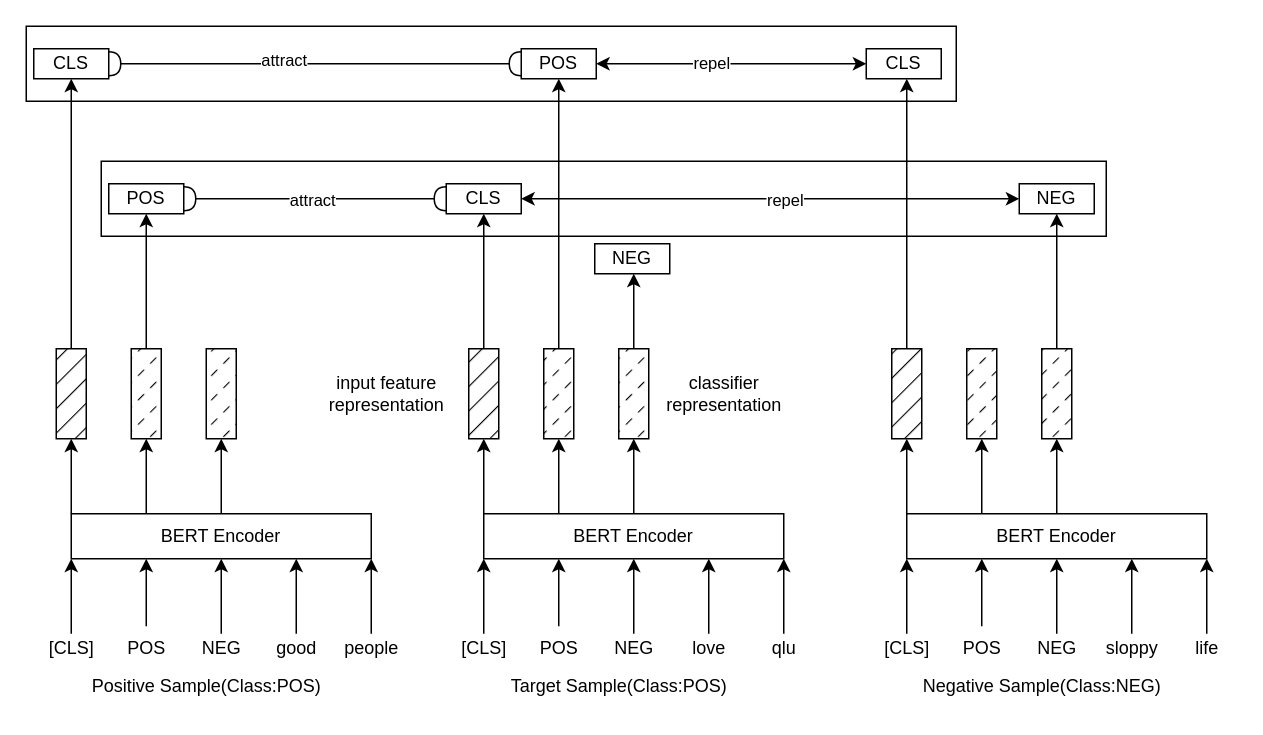
This is dual1.drawio from dxm0620/first, a draw.io file, before an edit. Source tidied: cells renumbered, new cells numbered last; positions are measured from the earlier drawing's top-left corner, leaving out a move shared by most shapes. Both pictures are drawn from the tidied source at 150%, with x=0, y=0 at pixel (26, 26).
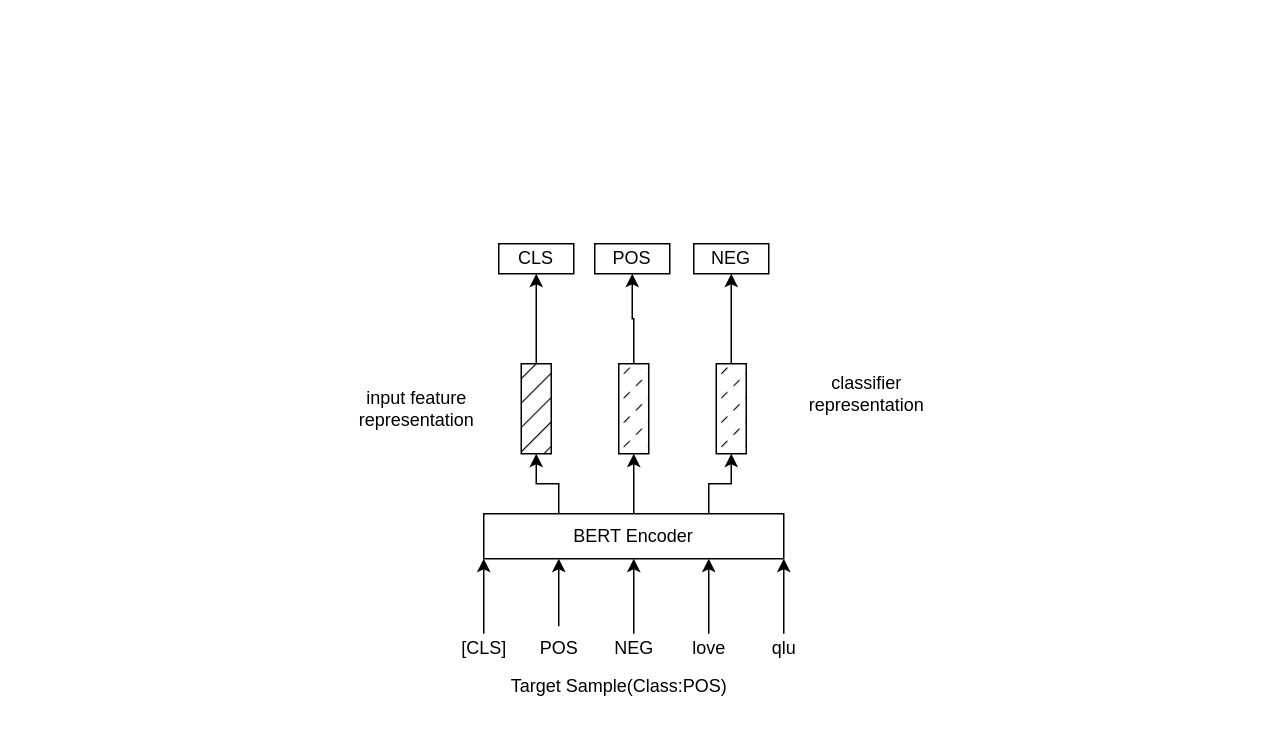
The same diagram, later.

The change refers to these unchanged cells:
```xml
<mxCell id="31" value="BERT Encoder" style="rounded=0;whiteSpace=wrap;html=1;" parent="1" vertex="1">
  <mxGeometry x="305" y="325" width="200" height="30" as="geometry" />
</mxCell>
```

What changed in the source:
```diff
@@
-    <mxCell id="2" style="rounded=0;whiteSpace=wrap;html=1;fillStyle=auto;strokeColor=#000000;fillColor=#FFFFFF;" parent="1" vertex="1">
-      <mxGeometry width="620" height="50" as="geometry" />
-    </mxCell>
-    <mxCell id="3" style="edgeStyle=orthogonalEdgeStyle;rounded=0;jettySize=auto;html=1;exitX=0;exitY=1;exitDx=0;exitDy=0;startArrow=classic;startFill=1;endArrow=none;endFill=0;" parent="1" edge="1" source="11">
-      <mxGeometry relative="1" as="geometry">
-        <mxPoint x="30" y="405" as="targetPoint" />
-      </mxGeometry>
-    </mxCell>
-    <mxCell id="4" style="rounded=0;whiteSpace=wrap;html=1;fillStyle=auto;strokeColor=#000000;fillColor=#FFFFFF;" parent="1" vertex="1">
-      <mxGeometry x="50" y="90" width="670" height="50" as="geometry" />
-    </mxCell>
-    <mxCell id="5" style="edgeStyle=orthogonalEdgeStyle;rounded=0;jettySize=auto;html=1;exitX=0.5;exitY=1;exitDx=0;exitDy=0;startArrow=classic;startFill=1;endArrow=none;endFill=0;" parent="1" edge="1" source="11">
-      <mxGeometry relative="1" as="geometry">
-        <mxPoint x="130" y="405" as="targetPoint" />
-      </mxGeometry>
-    </mxCell>
-    <mxCell id="6" style="edgeStyle=orthogonalEdgeStyle;rounded=0;jettySize=auto;html=1;exitX=0.75;exitY=1;exitDx=0;exitDy=0;startArrow=classic;startFill=1;endArrow=none;endFill=0;" parent="1" edge="1" source="11">
-      <mxGeometry relative="1" as="geometry">
-        <mxPoint x="180" y="405" as="targetPoint" />
-      </mxGeometry>
-    </mxCell>
-    <mxCell id="7" style="edgeStyle=orthogonalEdgeStyle;rounded=0;jettySize=auto;html=1;exitX=1;exitY=1;exitDx=0;exitDy=0;startArrow=classic;startFill=1;endArrow=none;endFill=0;" parent="1" edge="1" source="11">
-      <mxGeometry relative="1" as="geometry">
-        <mxPoint x="230" y="405" as="targetPoint" />
-      </mxGeometry>
-    </mxCell>
-    <mxCell id="8" style="edgeStyle=orthogonalEdgeStyle;rounded=0;jettySize=auto;html=1;exitX=0;exitY=0;exitDx=0;exitDy=0;startArrow=none;startFill=0;endArrow=classic;endFill=1;" parent="1" edge="1" source="11">
-      <mxGeometry relative="1" as="geometry">
-        <mxPoint x="30" y="275" as="targetPoint" />
-      </mxGeometry>
-    </mxCell>
-    <mxCell id="9" style="edgeStyle=orthogonalEdgeStyle;rounded=0;jettySize=auto;html=1;exitX=0.25;exitY=0;exitDx=0;exitDy=0;startArrow=none;startFill=0;endArrow=classic;endFill=1;" parent="1" edge="1" source="11">
-      <mxGeometry relative="1" as="geometry">
-        <mxPoint x="80" y="275" as="targetPoint" />
-      </mxGeometry>
-    </mxCell>
-    <mxCell id="10" style="edgeStyle=orthogonalEdgeStyle;rounded=0;jettySize=auto;html=1;exitX=0.5;exitY=0;exitDx=0;exitDy=0;startArrow=none;startFill=0;endArrow=classic;endFill=1;" parent="1" edge="1" source="11">
-      <mxGeometry relative="1" as="geometry">
-        <mxPoint x="130" y="275" as="targetPoint" />
-      </mxGeometry>
-    </mxCell>
-    <mxCell id="11" value="BERT Encoder" style="rounded=0;whiteSpace=wrap;html=1;" parent="1" vertex="1">
-      <mxGeometry x="30" y="325" width="200" height="30" as="geometry" />
-    </mxCell>
-    <mxCell id="12" value="[CLS]" style="text;html=1;align=center;verticalAlign=middle;strokeColor=none;fillColor=none;" parent="1" vertex="1">
-      <mxGeometry x="5" y="400" width="50" height="30" as="geometry" />
-    </mxCell>
-    <mxCell id="13" style="edgeStyle=orthogonalEdgeStyle;rounded=0;jettySize=auto;html=1;exitX=0.25;exitY=1;exitDx=0;exitDy=0;startArrow=classic;startFill=1;endArrow=none;endFill=0;" parent="1" edge="1" source="11">
-      <mxGeometry relative="1" as="geometry">
-        <mxPoint x="80" y="400" as="targetPoint" />
-      </mxGeometry>
-    </mxCell>
-    <mxCell id="14" value="POS" style="text;html=1;align=center;verticalAlign=middle;strokeColor=none;fillColor=none;" parent="1" vertex="1">
-      <mxGeometry x="55" y="400" width="50" height="30" as="geometry" />
-    </mxCell>
-    <mxCell id="15" value="NEG" style="text;html=1;align=center;verticalAlign=middle;strokeColor=none;fillColor=none;" parent="1" vertex="1">
-      <mxGeometry x="105" y="400" width="50" height="30" as="geometry" />
-    </mxCell>
-    <mxCell id="16" value="good" style="text;html=1;align=center;verticalAlign=middle;strokeColor=none;fillColor=none;" parent="1" vertex="1">
-      <mxGeometry x="155" y="400" width="50" height="30" as="geometry" />
-    </mxCell>
-    <mxCell id="17" value="people" style="text;html=1;align=center;verticalAlign=middle;strokeColor=none;fillColor=none;" parent="1" vertex="1">
-      <mxGeometry x="200" y="400" width="60" height="30" as="geometry" />
-    </mxCell>
-    <mxCell id="18" style="edgeStyle=orthogonalEdgeStyle;rounded=0;jettySize=auto;html=1;exitX=0.5;exitY=0;exitDx=0;exitDy=0;startArrow=none;startFill=0;endArrow=classic;endFill=1;" parent="1" edge="1" source="19">
-      <mxGeometry relative="1" as="geometry">
-        <mxPoint x="30" y="35" as="targetPoint" />
-      </mxGeometry>
-    </mxCell>
-    <mxCell id="19" style="rounded=0;whiteSpace=wrap;html=1;fillStyle=hatch;fillColor=#000000;" parent="1" vertex="1">
-      <mxGeometry x="20" y="215" width="20" height="60" as="geometry" />
-    </mxCell>
-    <mxCell id="20" style="edgeStyle=orthogonalEdgeStyle;rounded=0;jettySize=auto;html=1;exitX=0.5;exitY=0;exitDx=0;exitDy=0;startArrow=none;startFill=0;endArrow=classic;endFill=1;" parent="1" edge="1" source="21">
-      <mxGeometry relative="1" as="geometry">
-        <mxPoint x="80" y="125" as="targetPoint" />
-      </mxGeometry>
-    </mxCell>
-    <mxCell id="21" style="rounded=0;whiteSpace=wrap;html=1;fillStyle=dashed;fillColor=#000000;" parent="1" vertex="1">
-      <mxGeometry x="70" y="215" width="20" height="60" as="geometry" />
-    </mxCell>
-    <mxCell id="22" style="rounded=0;whiteSpace=wrap;html=1;fillStyle=dashed;fillColor=#000000;" parent="1" vertex="1">
-      <mxGeometry x="120" y="215" width="20" height="60" as="geometry" />
-    </mxCell>
-    <mxCell id="23" value="Positive Sample(Class:POS)" style="text;html=1;align=center;verticalAlign=middle;strokeColor=none;fillColor=none;" parent="1" vertex="1">
-      <mxGeometry x="30" y="425" width="180" height="30" as="geometry" />
-    </mxCell>
@@
-    <mxCell id="28" style="edgeStyle=orthogonalEdgeStyle;rounded=0;jettySize=auto;html=1;exitX=0;exitY=0;exitDx=0;exitDy=0;startArrow=none;startFill=0;endArrow=classic;endFill=1;" parent="1" edge="1" source="31">
-      <mxGeometry relative="1" as="geometry">
-        <mxPoint x="305" y="275" as="targetPoint" />
-      </mxGeometry>
-    </mxCell>
-    <mxCell id="29" style="edgeStyle=orthogonalEdgeStyle;rounded=0;jettySize=auto;html=1;exitX=0.25;exitY=0;exitDx=0;exitDy=0;startArrow=none;startFill=0;endArrow=classic;endFill=1;" parent="1" edge="1" source="31">
-      <mxGeometry relative="1" as="geometry">
-        <mxPoint x="355" y="275" as="targetPoint" />
-      </mxGeometry>
-    </mxCell>
-    <mxCell id="30" style="edgeStyle=orthogonalEdgeStyle;rounded=0;jettySize=auto;html=1;exitX=0.5;exitY=0;exitDx=0;exitDy=0;startArrow=none;startFill=0;endArrow=classic;endFill=1;" parent="1" edge="1" source="31">
-      <mxGeometry relative="1" as="geometry">
-        <mxPoint x="405" y="275" as="targetPoint" />
-      </mxGeometry>
-    </mxCell>
+    <mxCell id="83" style="edgeStyle=orthogonalEdgeStyle;rounded=0;jettySize=auto;html=1;exitX=0.25;exitY=0;exitDx=0;exitDy=0;entryX=0.5;entryY=1;entryDx=0;entryDy=0;" parent="1" edge="1" source="31" target="39">
+      <mxGeometry relative="1" as="geometry" />
+    </mxCell>
+    <mxCell id="84" style="edgeStyle=orthogonalEdgeStyle;rounded=0;jettySize=auto;html=1;exitX=0.5;exitY=0;exitDx=0;exitDy=0;entryX=0.5;entryY=1;entryDx=0;entryDy=0;" parent="1" edge="1" source="31" target="41">
+      <mxGeometry relative="1" as="geometry" />
+    </mxCell>
+    <mxCell id="85" style="edgeStyle=orthogonalEdgeStyle;rounded=0;jettySize=auto;html=1;exitX=0.75;exitY=0;exitDx=0;exitDy=0;entryX=0.5;entryY=1;entryDx=0;entryDy=0;" parent="1" edge="1" source="31" target="43">
+      <mxGeometry relative="1" as="geometry" />
+    </mxCell>
@@
-    <mxCell id="38" style="edgeStyle=orthogonalEdgeStyle;rounded=0;jettySize=auto;html=1;exitX=0.5;exitY=0;exitDx=0;exitDy=0;startArrow=none;startFill=0;endArrow=classic;endFill=1;" parent="1" edge="1" source="39">
-      <mxGeometry relative="1" as="geometry">
-        <mxPoint x="305" y="125" as="targetPoint" />
-      </mxGeometry>
-    </mxCell>
+    <mxCell id="86" style="edgeStyle=orthogonalEdgeStyle;rounded=0;jettySize=auto;html=1;exitX=0.5;exitY=0;exitDx=0;exitDy=0;entryX=0.5;entryY=1;entryDx=0;entryDy=0;" parent="1" edge="1" source="39" target="77">
+      <mxGeometry relative="1" as="geometry" />
+    </mxCell>
     <mxCell id="39" style="rounded=0;whiteSpace=wrap;html=1;fillStyle=hatch;fillColor=#000000;" parent="1" vertex="1">
-      <mxGeometry x="295" y="215" width="20" height="60" as="geometry" />
+      <mxGeometry x="330" y="225" width="20" height="60" as="geometry" />
     </mxCell>
-    <mxCell id="40" style="edgeStyle=orthogonalEdgeStyle;rounded=0;jettySize=auto;html=1;exitX=0.5;exitY=0;exitDx=0;exitDy=0;startArrow=none;startFill=0;endArrow=classic;endFill=1;" parent="1" edge="1" source="41">
-      <mxGeometry relative="1" as="geometry">
-        <mxPoint x="355" y="35" as="targetPoint" />
-      </mxGeometry>
-    </mxCell>
+    <mxCell id="87" style="edgeStyle=orthogonalEdgeStyle;rounded=0;jettySize=auto;html=1;exitX=0.5;exitY=0;exitDx=0;exitDy=0;entryX=0.5;entryY=1;entryDx=0;entryDy=0;" parent="1" edge="1" source="41" target="74">
+      <mxGeometry relative="1" as="geometry" />
+    </mxCell>
     <mxCell id="41" style="rounded=0;whiteSpace=wrap;html=1;fillStyle=dashed;fillColor=#000000;" parent="1" vertex="1">
-      <mxGeometry x="345" y="215" width="20" height="60" as="geometry" />
+      <mxGeometry x="395" y="225" width="20" height="60" as="geometry" />
     </mxCell>
-    <mxCell id="42" style="edgeStyle=orthogonalEdgeStyle;rounded=0;jettySize=auto;html=1;exitX=0.5;exitY=0;exitDx=0;exitDy=0;startArrow=none;startFill=0;endArrow=classic;endFill=1;" parent="1" edge="1" source="43">
-      <mxGeometry relative="1" as="geometry">
-        <mxPoint x="405" y="165" as="targetPoint" />
-      </mxGeometry>
-    </mxCell>
+    <mxCell id="88" style="edgeStyle=orthogonalEdgeStyle;rounded=0;jettySize=auto;html=1;exitX=0.5;exitY=0;exitDx=0;exitDy=0;entryX=0.5;entryY=1;entryDx=0;entryDy=0;" parent="1" edge="1" source="43" target="78">
+      <mxGeometry relative="1" as="geometry" />
+    </mxCell>
     <mxCell id="43" style="rounded=0;whiteSpace=wrap;html=1;fillStyle=dashed;fillColor=#000000;" parent="1" vertex="1">
-      <mxGeometry x="395" y="215" width="20" height="60" as="geometry" />
+      <mxGeometry x="460" y="225" width="20" height="60" as="geometry" />
     </mxCell>
@@
-    <mxCell id="45" style="edgeStyle=orthogonalEdgeStyle;rounded=0;jettySize=auto;html=1;exitX=0;exitY=1;exitDx=0;exitDy=0;startArrow=classic;startFill=1;endArrow=none;endFill=0;" parent="1" edge="1" source="52">
-      <mxGeometry relative="1" as="geometry">
-        <mxPoint x="587" y="405" as="targetPoint" />
-      </mxGeometry>
-    </mxCell>
-    <mxCell id="46" style="edgeStyle=orthogonalEdgeStyle;rounded=0;jettySize=auto;html=1;exitX=0.5;exitY=1;exitDx=0;exitDy=0;startArrow=classic;startFill=1;endArrow=none;endFill=0;" parent="1" edge="1" source="52">
-      <mxGeometry relative="1" as="geometry">
-        <mxPoint x="687" y="405" as="targetPoint" />
-      </mxGeometry>
-    </mxCell>
-    <mxCell id="47" style="edgeStyle=orthogonalEdgeStyle;rounded=0;jettySize=auto;html=1;exitX=0.75;exitY=1;exitDx=0;exitDy=0;startArrow=classic;startFill=1;endArrow=none;endFill=0;" parent="1" edge="1" source="52">
-      <mxGeometry relative="1" as="geometry">
-        <mxPoint x="737" y="405" as="targetPoint" />
-      </mxGeometry>
-    </mxCell>
-    <mxCell id="48" style="edgeStyle=orthogonalEdgeStyle;rounded=0;jettySize=auto;html=1;exitX=1;exitY=1;exitDx=0;exitDy=0;startArrow=classic;startFill=1;endArrow=none;endFill=0;" parent="1" edge="1" source="52">
-      <mxGeometry relative="1" as="geometry">
-        <mxPoint x="787" y="405" as="targetPoint" />
-      </mxGeometry>
-    </mxCell>
-    <mxCell id="49" style="edgeStyle=orthogonalEdgeStyle;rounded=0;jettySize=auto;html=1;exitX=0;exitY=0;exitDx=0;exitDy=0;startArrow=none;startFill=0;endArrow=classic;endFill=1;" parent="1" edge="1" source="52">
-      <mxGeometry relative="1" as="geometry">
-        <mxPoint x="587" y="275" as="targetPoint" />
-      </mxGeometry>
-    </mxCell>
-    <mxCell id="50" style="edgeStyle=orthogonalEdgeStyle;rounded=0;jettySize=auto;html=1;exitX=0.25;exitY=0;exitDx=0;exitDy=0;startArrow=none;startFill=0;endArrow=classic;endFill=1;" parent="1" edge="1" source="52">
-      <mxGeometry relative="1" as="geometry">
-        <mxPoint x="637" y="275" as="targetPoint" />
-      </mxGeometry>
-    </mxCell>
-    <mxCell id="51" style="edgeStyle=orthogonalEdgeStyle;rounded=0;jettySize=auto;html=1;exitX=0.5;exitY=0;exitDx=0;exitDy=0;startArrow=none;startFill=0;endArrow=classic;endFill=1;" parent="1" edge="1" source="52">
-      <mxGeometry relative="1" as="geometry">
-        <mxPoint x="687" y="275" as="targetPoint" />
-      </mxGeometry>
-    </mxCell>
-    <mxCell id="52" value="BERT Encoder" style="rounded=0;whiteSpace=wrap;html=1;" parent="1" vertex="1">
-      <mxGeometry x="587" y="325" width="200" height="30" as="geometry" />
-    </mxCell>
-    <mxCell id="53" value="[CLS]" style="text;html=1;align=center;verticalAlign=middle;strokeColor=none;fillColor=none;" parent="1" vertex="1">
-      <mxGeometry x="562" y="400" width="50" height="30" as="geometry" />
-    </mxCell>
-    <mxCell id="54" style="edgeStyle=orthogonalEdgeStyle;rounded=0;jettySize=auto;html=1;exitX=0.25;exitY=1;exitDx=0;exitDy=0;startArrow=classic;startFill=1;endArrow=none;endFill=0;" parent="1" edge="1" source="52">
-      <mxGeometry relative="1" as="geometry">
-        <mxPoint x="637" y="400" as="targetPoint" />
-      </mxGeometry>
-    </mxCell>
-    <mxCell id="55" value="POS" style="text;html=1;align=center;verticalAlign=middle;strokeColor=none;fillColor=none;" parent="1" vertex="1">
-      <mxGeometry x="612" y="400" width="50" height="30" as="geometry" />
-    </mxCell>
-    <mxCell id="56" value="NEG" style="text;html=1;align=center;verticalAlign=middle;strokeColor=none;fillColor=none;" parent="1" vertex="1">
-      <mxGeometry x="662" y="400" width="50" height="30" as="geometry" />
-    </mxCell>
-    <mxCell id="57" value="sloppy" style="text;html=1;align=center;verticalAlign=middle;strokeColor=none;fillColor=none;" parent="1" vertex="1">
-      <mxGeometry x="707" y="400" width="60" height="30" as="geometry" />
-    </mxCell>
-    <mxCell id="58" value="life" style="text;html=1;align=center;verticalAlign=middle;strokeColor=none;fillColor=none;" parent="1" vertex="1">
-      <mxGeometry x="767" y="400" width="40" height="30" as="geometry" />
-    </mxCell>
-    <mxCell id="59" style="edgeStyle=orthogonalEdgeStyle;rounded=0;jettySize=auto;html=1;exitX=0.5;exitY=0;exitDx=0;exitDy=0;startArrow=none;startFill=0;endArrow=classic;endFill=1;" parent="1" edge="1" source="60">
-      <mxGeometry relative="1" as="geometry">
-        <mxPoint x="587" y="35" as="targetPoint" />
-      </mxGeometry>
-    </mxCell>
-    <mxCell id="60" style="rounded=0;whiteSpace=wrap;html=1;fillStyle=hatch;fillColor=#000000;" parent="1" vertex="1">
-      <mxGeometry x="577" y="215" width="20" height="60" as="geometry" />
-    </mxCell>
-    <mxCell id="61" style="rounded=0;whiteSpace=wrap;html=1;fillStyle=dashed;fillColor=#000000;" parent="1" vertex="1">
-      <mxGeometry x="627" y="215" width="20" height="60" as="geometry" />
-    </mxCell>
-    <mxCell id="62" style="edgeStyle=orthogonalEdgeStyle;rounded=0;jettySize=auto;html=1;exitX=0.5;exitY=0;exitDx=0;exitDy=0;startArrow=none;startFill=0;endArrow=classic;endFill=1;" parent="1" edge="1" source="63">
-      <mxGeometry relative="1" as="geometry">
-        <mxPoint x="687" y="125" as="targetPoint" />
-      </mxGeometry>
-    </mxCell>
-    <mxCell id="63" style="rounded=0;whiteSpace=wrap;html=1;fillStyle=dashed;fillColor=#000000;" parent="1" vertex="1">
-      <mxGeometry x="677" y="215" width="20" height="60" as="geometry" />
-    </mxCell>
-    <mxCell id="64" value="Negative Sample(Class:NEG)" style="text;html=1;align=center;verticalAlign=middle;strokeColor=none;fillColor=none;" parent="1" vertex="1">
-      <mxGeometry x="587" y="425" width="180" height="30" as="geometry" />
-    </mxCell>
-    <mxCell id="65" style="edgeStyle=orthogonalEdgeStyle;rounded=0;jettySize=auto;html=1;exitX=1;exitY=0.5;exitDx=0;exitDy=0;entryX=0;entryY=0.5;entryDx=0;entryDy=0;startArrow=halfCircle;startFill=0;endArrow=halfCircle;endFill=0;" parent="1" edge="1" source="67" target="74">
-      <mxGeometry relative="1" as="geometry" />
-    </mxCell>
-    <mxCell id="66" value="attract" style="edgeLabel;html=1;align=center;verticalAlign=middle;" parent="65" vertex="1">
-      <mxGeometry x="-0.16" y="3" relative="1" as="geometry" />
-    </mxCell>
-    <mxCell id="67" value="CLS" style="rounded=0;whiteSpace=wrap;html=1;fillStyle=auto;strokeColor=#000000;fillColor=#FFFFFF;" parent="1" vertex="1">
-      <mxGeometry x="5" y="15" width="50" height="20" as="geometry" />
-    </mxCell>
-    <mxCell id="68" style="edgeStyle=orthogonalEdgeStyle;rounded=0;jettySize=auto;html=1;exitX=1;exitY=0.5;exitDx=0;exitDy=0;entryX=0;entryY=0.5;entryDx=0;entryDy=0;startArrow=halfCircle;startFill=0;endArrow=halfCircle;endFill=0;" parent="1" edge="1" source="71" target="77">
-      <mxGeometry relative="1" as="geometry" />
-    </mxCell>
-    <mxCell id="69" style="edgeLabel;html=1;align=center;verticalAlign=middle;" parent="68" vertex="1">
-      <mxGeometry x="-0.14" relative="1" as="geometry">
-        <mxPoint x="45" y="85" as="offset" />
-      </mxGeometry>
-    </mxCell>
-    <mxCell id="70" value="attract" style="edgeLabel;html=1;align=center;verticalAlign=middle;" parent="68" vertex="1">
-      <mxGeometry x="-0.26" y="1" relative="1" as="geometry">
-        <mxPoint x="20" y="1" as="offset" />
-      </mxGeometry>
-    </mxCell>
-    <mxCell id="71" value="POS" style="rounded=0;whiteSpace=wrap;html=1;fillStyle=auto;strokeColor=#000000;fillColor=#FFFFFF;" parent="1" vertex="1">
-      <mxGeometry x="55" y="105" width="50" height="20" as="geometry" />
-    </mxCell>
-    <mxCell id="72" style="edgeStyle=orthogonalEdgeStyle;rounded=0;jettySize=auto;html=1;exitX=1;exitY=0.5;exitDx=0;exitDy=0;entryX=0;entryY=0.5;entryDx=0;entryDy=0;startArrow=classic;startFill=1;endArrow=classic;endFill=1;" parent="1" edge="1" source="74" target="80">
-      <mxGeometry relative="1" as="geometry" />
-    </mxCell>
-    <mxCell id="73" value="repel" style="edgeLabel;html=1;align=center;verticalAlign=middle;" parent="72" vertex="1">
-      <mxGeometry x="-0.16" y="1" relative="1" as="geometry" />
-    </mxCell>
     <mxCell id="74" value="POS" style="rounded=0;whiteSpace=wrap;html=1;fillStyle=auto;strokeColor=#000000;fillColor=#FFFFFF;" parent="1" vertex="1">
-      <mxGeometry x="330" y="15" width="50" height="20" as="geometry" />
+      <mxGeometry x="379" y="145" width="50" height="20" as="geometry" />
     </mxCell>
-    <mxCell id="75" style="edgeStyle=orthogonalEdgeStyle;rounded=0;jettySize=auto;html=1;exitX=1;exitY=0.5;exitDx=0;exitDy=0;entryX=0;entryY=0.5;entryDx=0;entryDy=0;startArrow=classic;startFill=1;endArrow=classic;endFill=1;" parent="1" edge="1" source="77" target="79">
-      <mxGeometry relative="1" as="geometry" />
-    </mxCell>
-    <mxCell id="76" value="repel" style="edgeLabel;html=1;align=center;verticalAlign=middle;" parent="75" vertex="1">
-      <mxGeometry x="-0.09" relative="1" as="geometry">
-        <mxPoint x="24" as="offset" />
-      </mxGeometry>
-    </mxCell>
     <mxCell id="77" value="CLS" style="rounded=0;whiteSpace=wrap;html=1;fillStyle=auto;strokeColor=#000000;fillColor=#FFFFFF;" parent="1" vertex="1">
-      <mxGeometry x="280" y="105" width="50" height="20" as="geometry" />
+      <mxGeometry x="315" y="145" width="50" height="20" as="geometry" />
     </mxCell>
     <mxCell id="78" value="NEG" style="rounded=0;whiteSpace=wrap;html=1;fillStyle=auto;strokeColor=#000000;fillColor=#FFFFFF;" parent="1" vertex="1">
-      <mxGeometry x="379" y="145" width="50" height="20" as="geometry" />
+      <mxGeometry x="445" y="145" width="50" height="20" as="geometry" />
     </mxCell>
-    <mxCell id="79" value="NEG" style="rounded=0;whiteSpace=wrap;html=1;fillStyle=auto;strokeColor=#000000;fillColor=#FFFFFF;" parent="1" vertex="1">
-      <mxGeometry x="662" y="105" width="50" height="20" as="geometry" />
-    </mxCell>
-    <mxCell id="80" value="CLS" style="rounded=0;whiteSpace=wrap;html=1;fillStyle=auto;strokeColor=#000000;fillColor=#FFFFFF;" parent="1" vertex="1">
-      <mxGeometry x="560" y="15" width="50" height="20" as="geometry" />
-    </mxCell>
     <mxCell id="81" value="input feature&lt;br&gt;representation" style="text;html=1;align=center;verticalAlign=middle;strokeColor=none;fillColor=none;" parent="1" vertex="1">
-      <mxGeometry x="190" y="225" width="100" height="40" as="geometry" />
+      <mxGeometry x="210" y="235" width="100" height="40" as="geometry" />
     </mxCell>
     <mxCell id="82" value="classifier&lt;br&gt;representation" style="text;html=1;align=center;verticalAlign=middle;strokeColor=none;fillColor=none;" parent="1" vertex="1">
-      <mxGeometry x="415" y="225" width="100" height="40" as="geometry" />
+      <mxGeometry x="510" y="225" width="100" height="40" as="geometry" />
     </mxCell>
```
